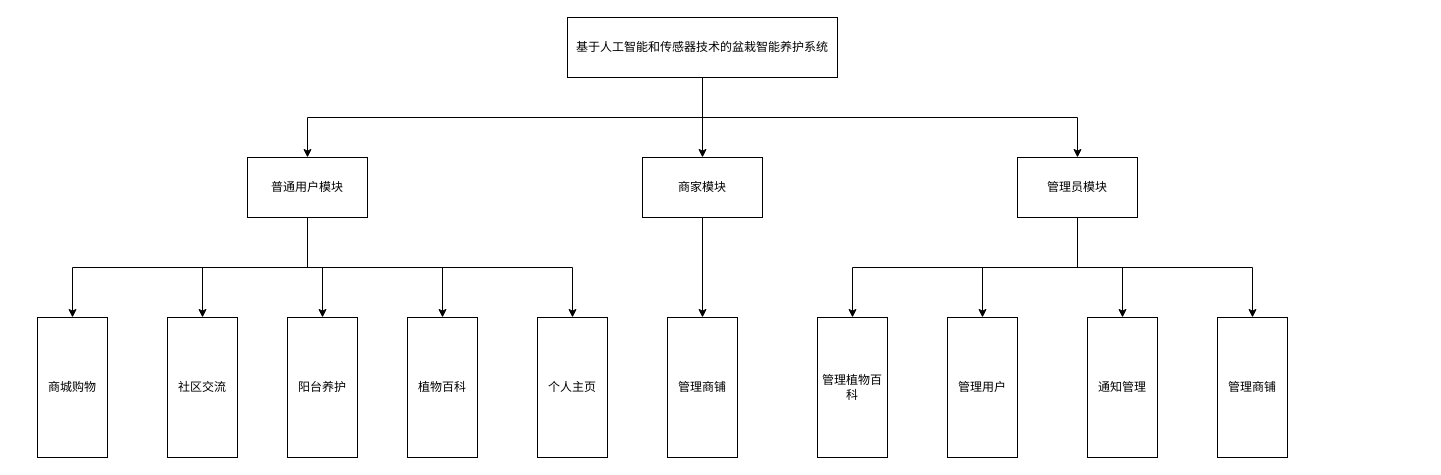
Earlier version of the draw.io diagram AIPANTING.drawio (SixteenTime/aboutSome). Source tidied: cells renumbered, new cells numbered last; positions are measured from the earlier drawing's top-left corner, leaving out a move shared by most shapes. Both pictures are drawn from the tidied source at 100%, with x=0, y=0 at pixel (37, 17).
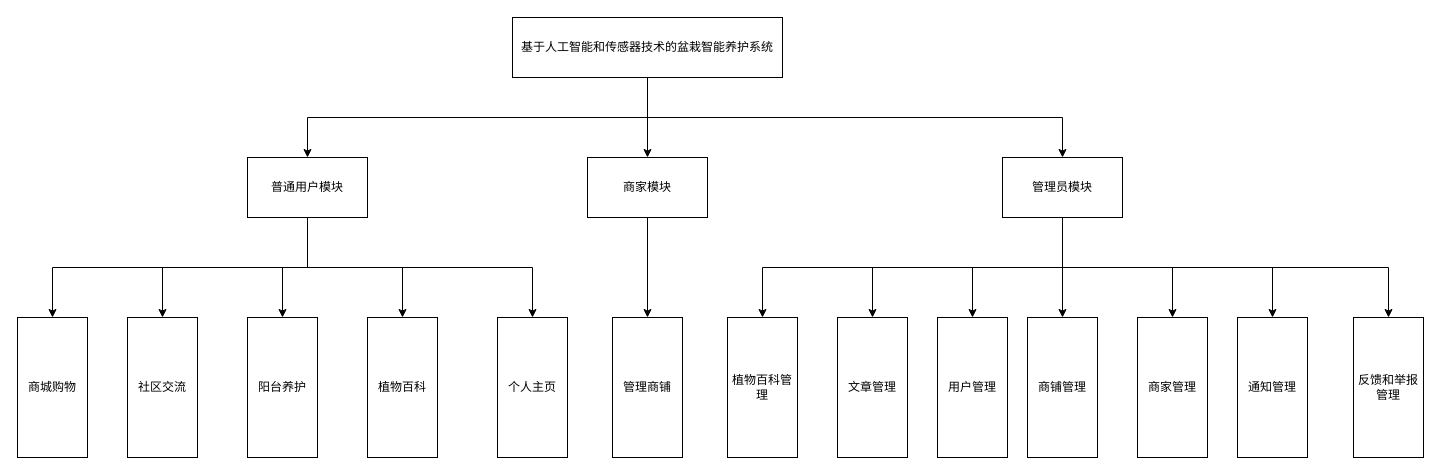
After the change.

Change to the diagram source:
```diff
@@
     <mxCell id="5" value="基于人工智能和传感器技术的盆栽智能养护系统" style="rounded=0;whiteSpace=wrap;html=1;" parent="1" vertex="1">
-      <mxGeometry x="530" width="270" height="60" as="geometry" />
+      <mxGeometry x="475" width="270" height="60" as="geometry" />
     </mxCell>
@@
     <mxCell id="13" value="商家模块" style="rounded=0;whiteSpace=wrap;html=1;" parent="1" vertex="1">
-      <mxGeometry x="605" y="140" width="120" height="60" as="geometry" />
+      <mxGeometry x="550" y="140" width="120" height="60" as="geometry" />
     </mxCell>
@@
+    <mxCell id="29" style="edgeStyle=orthogonalEdgeStyle;rounded=0;jettySize=auto;html=1;exitX=0.5;exitY=1;exitDx=0;exitDy=0;" parent="1" edge="1" source="18" target="32">
+      <mxGeometry relative="1" as="geometry" />
+    </mxCell>
+    <mxCell id="30" style="edgeStyle=orthogonalEdgeStyle;rounded=0;jettySize=auto;html=1;exitX=0.5;exitY=1;exitDx=0;exitDy=0;entryX=0.5;entryY=0;entryDx=0;entryDy=0;" parent="1" edge="1" source="18" target="33">
+      <mxGeometry relative="1" as="geometry" />
+    </mxCell>
+    <mxCell id="31" style="edgeStyle=orthogonalEdgeStyle;rounded=0;jettySize=auto;html=1;exitX=0.5;exitY=1;exitDx=0;exitDy=0;" parent="1" edge="1" source="18" target="34">
+      <mxGeometry relative="1" as="geometry" />
+    </mxCell>
     <mxCell id="18" value="管理员模块" style="rounded=0;whiteSpace=wrap;html=1;" parent="1" vertex="1">
-      <mxGeometry x="980" y="140" width="120" height="60" as="geometry" />
+      <mxGeometry x="965" y="140" width="120" height="60" as="geometry" />
     </mxCell>
     <mxCell id="19" value="商城购物" style="rounded=0;whiteSpace=wrap;html=1;" parent="1" vertex="1">
-      <mxGeometry y="300" width="70" height="140" as="geometry" />
+      <mxGeometry x="-20" y="300" width="70" height="140" as="geometry" />
     </mxCell>
     <mxCell id="20" value="社区交流" style="rounded=0;whiteSpace=wrap;html=1;" parent="1" vertex="1">
-      <mxGeometry x="130" y="300" width="70" height="140" as="geometry" />
+      <mxGeometry x="90" y="300" width="70" height="140" as="geometry" />
     </mxCell>
     <mxCell id="21" value="阳台养护" style="rounded=0;whiteSpace=wrap;html=1;" parent="1" vertex="1">
-      <mxGeometry x="250" y="300" width="70" height="140" as="geometry" />
+      <mxGeometry x="210" y="300" width="70" height="140" as="geometry" />
     </mxCell>
     <mxCell id="22" value="植物百科" style="rounded=0;whiteSpace=wrap;html=1;" parent="1" vertex="1">
-      <mxGeometry x="370" y="300" width="70" height="140" as="geometry" />
+      <mxGeometry x="330" y="300" width="70" height="140" as="geometry" />
     </mxCell>
     <mxCell id="23" value="个人主页" style="rounded=0;whiteSpace=wrap;html=1;" parent="1" vertex="1">
-      <mxGeometry x="500" y="300" width="70" height="140" as="geometry" />
+      <mxGeometry x="460" y="300" width="70" height="140" as="geometry" />
     </mxCell>
     <mxCell id="24" value="管理商铺" style="rounded=0;whiteSpace=wrap;html=1;" parent="1" vertex="1">
-      <mxGeometry x="630" y="300" width="70" height="140" as="geometry" />
+      <mxGeometry x="575" y="300" width="70" height="140" as="geometry" />
     </mxCell>
-    <mxCell id="25" value="管理用户" style="rounded=0;whiteSpace=wrap;html=1;" parent="1" vertex="1">
-      <mxGeometry x="910" y="300" width="70" height="140" as="geometry" />
+    <mxCell id="25" value="文章管理" style="rounded=0;whiteSpace=wrap;html=1;" parent="1" vertex="1">
+      <mxGeometry x="800" y="300" width="70" height="140" as="geometry" />
     </mxCell>
-    <mxCell id="26" value="管理商铺" style="rounded=0;whiteSpace=wrap;html=1;" parent="1" vertex="1">
-      <mxGeometry x="1180" y="300" width="70" height="140" as="geometry" />
+    <mxCell id="26" value="商铺管理" style="rounded=0;whiteSpace=wrap;html=1;" parent="1" vertex="1">
+      <mxGeometry x="990" y="300" width="70" height="140" as="geometry" />
     </mxCell>
-    <mxCell id="27" value="管理植物百科" style="rounded=0;whiteSpace=wrap;html=1;" parent="1" vertex="1">
-      <mxGeometry x="780" y="300" width="70" height="140" as="geometry" />
+    <mxCell id="27" value="植物百科管理" style="rounded=0;whiteSpace=wrap;html=1;" parent="1" vertex="1">
+      <mxGeometry x="690" y="300" width="70" height="140" as="geometry" />
     </mxCell>
-    <mxCell id="28" value="通知管理" style="rounded=0;whiteSpace=wrap;html=1;" parent="1" vertex="1">
-      <mxGeometry x="1050" y="300" width="70" height="140" as="geometry" />
+    <mxCell id="28" value="用户管理" style="rounded=0;whiteSpace=wrap;html=1;" parent="1" vertex="1">
+      <mxGeometry x="900" y="300" width="70" height="140" as="geometry" />
     </mxCell>
+    <mxCell id="32" value="商家管理" style="rounded=0;whiteSpace=wrap;html=1;" parent="1" vertex="1">
+      <mxGeometry x="1100" y="300" width="70" height="140" as="geometry" />
+    </mxCell>
+    <mxCell id="33" value="通知管理" style="rounded=0;whiteSpace=wrap;html=1;" parent="1" vertex="1">
+      <mxGeometry x="1200" y="300" width="70" height="140" as="geometry" />
+    </mxCell>
+    <mxCell id="34" value="反馈和举报管理" style="rounded=0;whiteSpace=wrap;html=1;" parent="1" vertex="1">
+      <mxGeometry x="1316" y="300" width="70" height="140" as="geometry" />
+    </mxCell>
```
